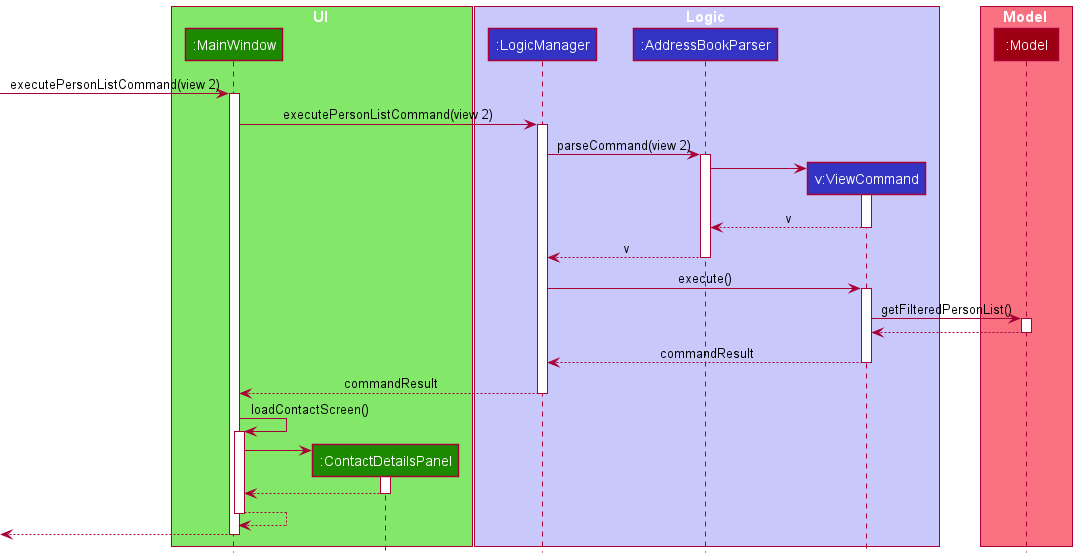
Earlier version of the PlantUML export docs/images/ViewCommandSequenceDiagram.png (tonishka/tp).
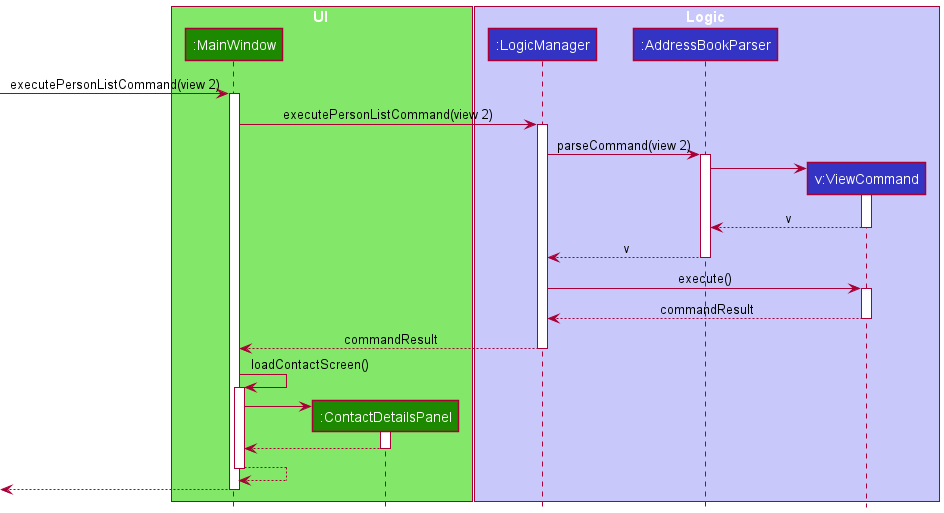
The same diagram one commit later.

Commit message:
Update implementation description for ViewCommand

Change to the diagram source:
```diff
@@ -10,10 +10,6 @@
 participant ":LogicManager" as LogicManager LOGIC_COLOR
 participant ":AddressBookParser" as AddressBookParser LOGIC_COLOR
 participant "v:ViewCommand" as ViewCommand LOGIC_COLOR
-end box
-
-box Model MODEL_COLOR_T1
-participant ":Model" as Model MODEL_COLOR
 end box
 
 -> MainWindow : executePersonListCommand(view 2)
@@ -38,12 +34,6 @@
 LogicManager -> ViewCommand : execute()
 activate ViewCommand
 
-ViewCommand -> Model : getFilteredPersonList()
-activate Model
-
-Model --> ViewCommand
-deactivate Model
-
 ViewCommand --> LogicManager : commandResult
 deactivate ViewCommand
 
```
